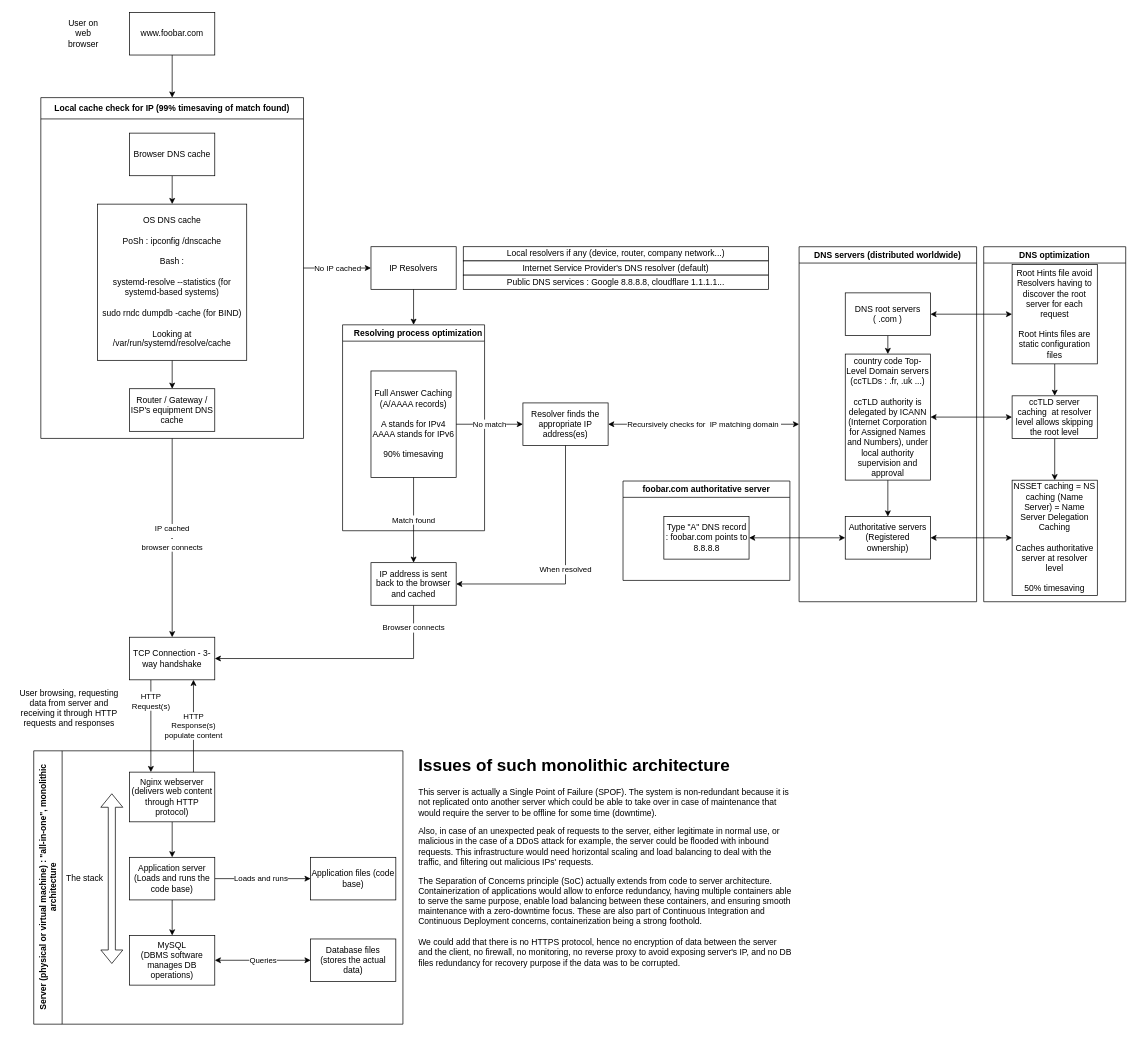
This is web_infrastructure_design/0-simple_web_stack.drawio from jmitchell35/holbertonschool-system_engineering-devops, a draw.io file, before an edit. Source tidied: cells renumbered, new cells numbered last; positions are measured from the earlier drawing's top-left corner, leaving out a move shared by most shapes. Both pictures are drawn from the tidied source at 71%, with x=0, y=0 at pixel (12, 12).
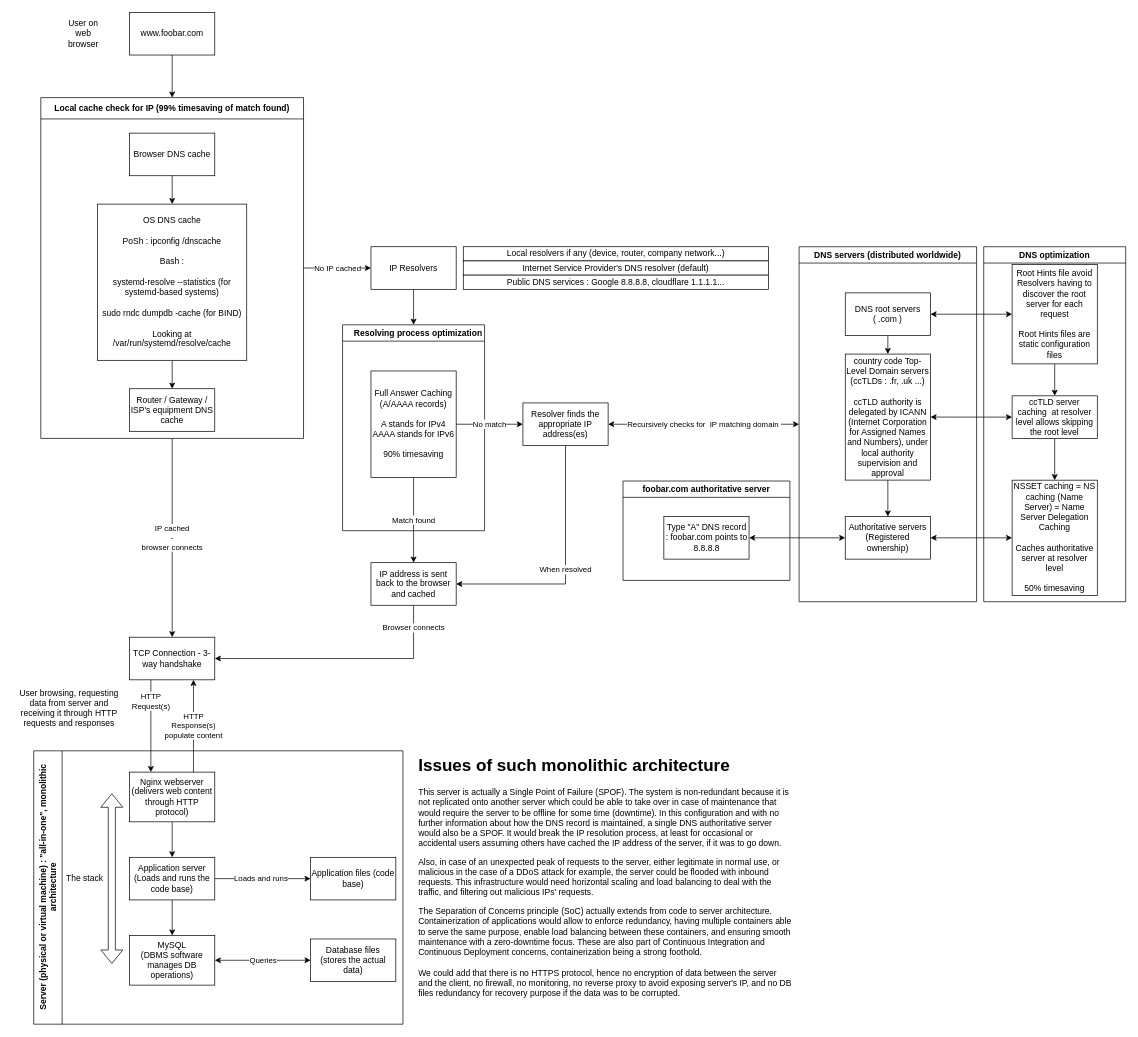
After the change.

Commit message:
Added DNS auth serv as SPOF

The edit, as a diff of the source:
```diff
@@
-    <mxCell id="17" value="&lt;h1 style=&quot;margin-top: 0px;&quot;&gt;Issues of such monolithic architecture&lt;/h1&gt;&lt;p&gt;This server is actually a Single Point of Failure (SPOF). The system is non-redundant because it is not replicated onto another server which could be able to take over in case of maintenance that would require the server to be offline for some time (downtime).&lt;br&gt;&lt;/p&gt;&lt;p&gt;Also, in case of an unexpected peak of requests to the server, either legitimate in normal use, or malicious in the case of a DDoS attack for example, the server could be flooded with inbound requests. This infrastructure would need horizontal scaling and load balancing to deal with the traffic, and filtering out malicious IPs' requests.&lt;/p&gt;&lt;p&gt;The Separation of Concerns principle (SoC) actually extends from code to server architecture. Containerization of applications would allow to enforce redundancy, having multiple containers able to serve the same purpose, enable load balancing between these containers, and ensuring smooth maintenance with a zero-downtime focus. These are also part of Continuous Integration and Continuous Deployment concerns, containerization being a strong foothold.&lt;br&gt;&lt;br&gt;We could add that there is no HTTPS protocol, hence no encryption of data between the server and the client, no firewall, no monitoring, no reverse proxy to avoid exposing server's IP, and no DB files redundancy for recovery purpose if the data was to be corrupted.&lt;/p&gt;" style="text;html=1;whiteSpace=wrap;overflow=hidden;rounded=0;" parent="1" vertex="1">
-      <mxGeometry x="570" y="1040" width="530" height="310" as="geometry" />
+    <mxCell id="17" value="&lt;h1 style=&quot;margin-top: 0px;&quot;&gt;Issues of such monolithic architecture&lt;/h1&gt;&lt;p&gt;This server is actually a Single Point of Failure (SPOF). The system is non-redundant because it is not replicated onto another server which could be able to take over in case of maintenance that would require the server to be offline for some time (downtime). In this configuration and with no further information about how the DNS record is maintained, a single DNS authoritative server would also be a SPOF. It would break the IP resolution process, at least for occasional or accidental users assuming others have cached the IP address of the server, if it was to go down.&lt;/p&gt;&lt;p&gt;Also, in case of an unexpected peak of requests to the server, either legitimate in normal use, or malicious in the case of a DDoS attack for example, the server could be flooded with inbound requests. This infrastructure would need horizontal scaling and load balancing to deal with the traffic, and filtering out malicious IPs' requests.&lt;/p&gt;&lt;p&gt;The Separation of Concerns principle (SoC) actually extends from code to server architecture. Containerization of applications would allow to enforce redundancy, having multiple containers able to serve the same purpose, enable load balancing between these containers, and ensuring smooth maintenance with a zero-downtime focus. These are also part of Continuous Integration and Continuous Deployment concerns, containerization being a strong foothold.&lt;br&gt;&lt;br&gt;We could add that there is no HTTPS protocol, hence no encryption of data between the server and the client, no firewall, no monitoring, no reverse proxy to avoid exposing server's IP, and no DB files redundancy for recovery purpose if the data was to be corrupted.&lt;/p&gt;" style="text;html=1;whiteSpace=wrap;overflow=hidden;rounded=0;" parent="1" vertex="1">
+      <mxGeometry x="570" y="1040" width="530" height="382.5" as="geometry" />
     </mxCell>
```
